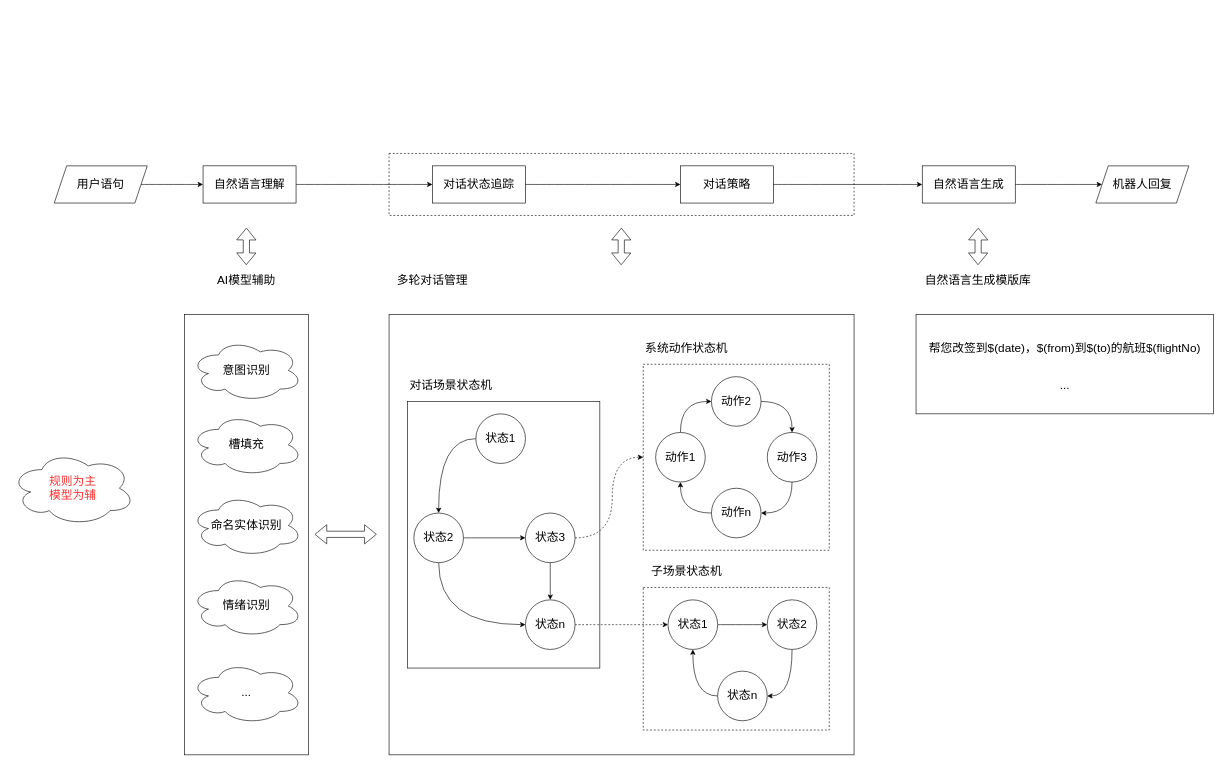
Above: 对话管理算法.drawio in xyhvictor/drawio (draw.io), before the change. Source tidied: cells renumbered, new cells numbered last; positions are measured from the earlier drawing's top-left corner, leaving out a move shared by most shapes. Both pictures are drawn from the tidied source at 62%, with x=0, y=0 at pixel (11, 153).
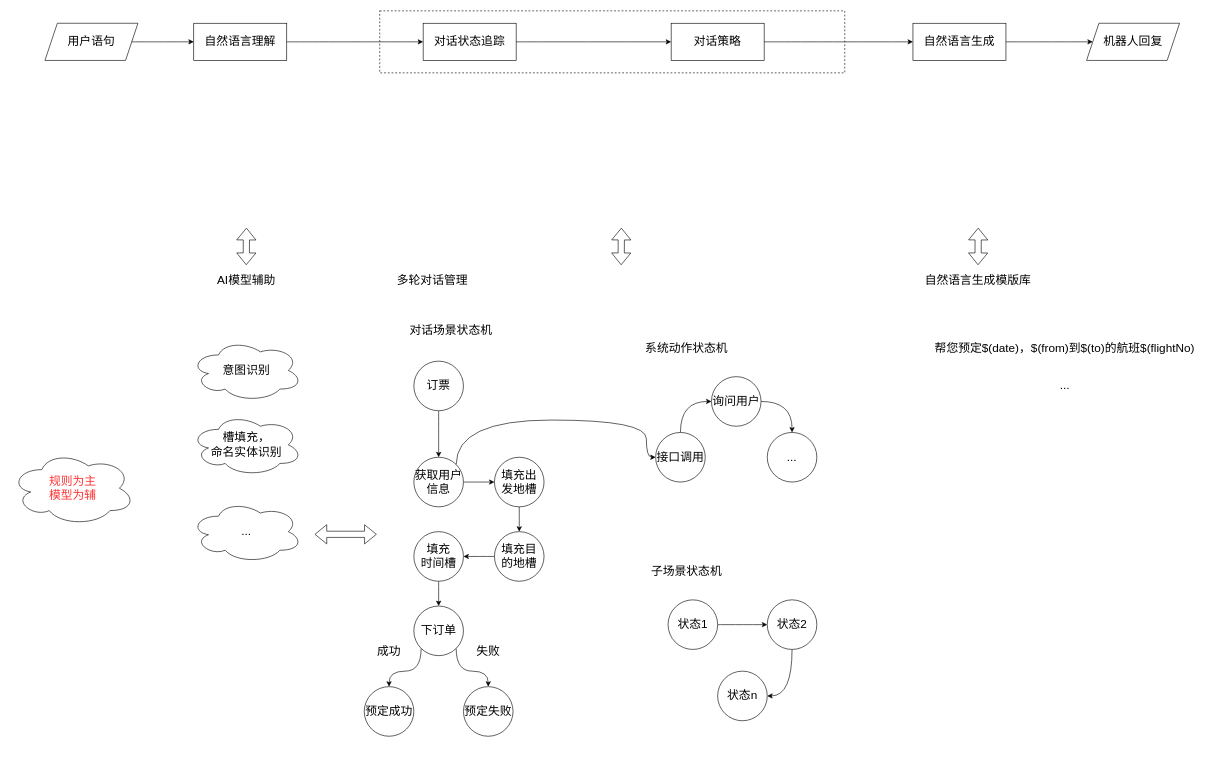
Above is the later version.

Commit message:
更新对话管理算法.drawio

The change refers to these unchanged cells:
```xml
<mxCell id="23" value="&lt;span style=&quot;font-size: 19px&quot;&gt;状态1&lt;/span&gt;" style="ellipse;whiteSpace=wrap;html=1;" parent="1" vertex="1">
  <mxGeometry x="1060" y="720" width="80" height="80" as="geometry" />
</mxCell>
<mxCell id="28" value="&lt;span style=&quot;font-size: 19px&quot;&gt;状态n&lt;/span&gt;" style="ellipse;whiteSpace=wrap;html=1;" parent="1" vertex="1">
  <mxGeometry x="1140" y="835" width="80" height="80" as="geometry" />
</mxCell>
```

Diff of the diagram source:
```diff
@@
-    <mxCell id="2" style="edgeStyle=orthogonalEdgeStyle;rounded=0;jettySize=auto;html=1;exitX=0;exitY=0.5;exitDx=0;exitDy=0;entryX=0.5;entryY=0;entryDx=0;entryDy=0;fontSize=19;curved=1;" parent="1" edge="1" source="3" target="6">
-      <mxGeometry relative="1" as="geometry">
-        <Array as="points">
-          <mxPoint x="690" y="460" />
-        </Array>
-      </mxGeometry>
-    </mxCell>
+    <mxCell id="62" style="edgeStyle=orthogonalEdgeStyle;curved=1;rounded=0;jettySize=auto;html=1;exitX=0.5;exitY=1;exitDx=0;exitDy=0;entryX=0.5;entryY=0;entryDx=0;entryDy=0;fontSize=19;fontColor=#000000;" parent="1" edge="1" source="3" target="73">
+      <mxGeometry relative="1" as="geometry" />
+    </mxCell>
-    <mxCell id="3" value="&lt;font style=&quot;font-size: 19px&quot;&gt;状态1&lt;/font&gt;" style="ellipse;whiteSpace=wrap;html=1;" parent="1" vertex="1">
-      <mxGeometry x="750" y="420" width="80" height="80" as="geometry" />
+    <mxCell id="3" value="&lt;span style=&quot;font-size: 19px&quot;&gt;订票&lt;/span&gt;" style="ellipse;whiteSpace=wrap;html=1;" parent="1" vertex="1">
+      <mxGeometry x="650" y="335" width="80" height="80" as="geometry" />
     </mxCell>
-    <mxCell id="4" style="edgeStyle=orthogonalEdgeStyle;curved=1;rounded=0;jettySize=auto;html=1;exitX=1;exitY=0.5;exitDx=0;exitDy=0;entryX=0;entryY=0.5;entryDx=0;entryDy=0;fontSize=19;" parent="1" edge="1" source="6" target="9">
+    <mxCell id="4" style="edgeStyle=orthogonalEdgeStyle;curved=1;rounded=0;jettySize=auto;html=1;exitX=0.5;exitY=1;exitDx=0;exitDy=0;entryX=0.5;entryY=0;entryDx=0;entryDy=0;fontSize=19;" parent="1" edge="1" source="6" target="9">
       <mxGeometry relative="1" as="geometry" />
     </mxCell>
-    <mxCell id="5" style="edgeStyle=orthogonalEdgeStyle;curved=1;rounded=0;jettySize=auto;html=1;exitX=0.5;exitY=1;exitDx=0;exitDy=0;entryX=0;entryY=0.5;entryDx=0;entryDy=0;fontSize=19;" parent="1" edge="1" source="6" target="11">
-      <mxGeometry relative="1" as="geometry" />
-    </mxCell>
-    <mxCell id="6" value="&lt;font style=&quot;font-size: 19px&quot;&gt;状态2&lt;/font&gt;" style="ellipse;whiteSpace=wrap;html=1;" parent="1" vertex="1">
-      <mxGeometry x="650" y="580" width="80" height="80" as="geometry" />
+    <mxCell id="6" value="&lt;span style=&quot;font-size: 19px&quot;&gt;填充出&lt;br&gt;发地槽&lt;/span&gt;" style="ellipse;whiteSpace=wrap;html=1;" parent="1" vertex="1">
+      <mxGeometry x="780" y="490" width="80" height="80" as="geometry" />
     </mxCell>
-    <mxCell id="7" style="edgeStyle=orthogonalEdgeStyle;curved=1;rounded=0;jettySize=auto;html=1;exitX=0.5;exitY=1;exitDx=0;exitDy=0;entryX=0.5;entryY=0;entryDx=0;entryDy=0;fontSize=19;" parent="1" edge="1" source="9" target="11">
+    <mxCell id="7" style="edgeStyle=orthogonalEdgeStyle;curved=1;rounded=0;jettySize=auto;html=1;exitX=0;exitY=0.5;exitDx=0;exitDy=0;entryX=1;entryY=0.5;entryDx=0;entryDy=0;fontSize=19;" parent="1" edge="1" source="9" target="11">
       <mxGeometry relative="1" as="geometry" />
     </mxCell>
-    <mxCell id="8" style="edgeStyle=orthogonalEdgeStyle;curved=1;rounded=0;jettySize=auto;html=1;exitX=1;exitY=0.5;exitDx=0;exitDy=0;dashed=1;fontSize=19;" parent="1" edge="1" source="9" target="24">
-      <mxGeometry relative="1" as="geometry">
-        <Array as="points">
-          <mxPoint x="970" y="620" />
-          <mxPoint x="970" y="490" />
-        </Array>
-      </mxGeometry>
-    </mxCell>
-    <mxCell id="9" value="&lt;font style=&quot;font-size: 19px&quot;&gt;状态3&lt;/font&gt;" style="ellipse;whiteSpace=wrap;html=1;" parent="1" vertex="1">
-      <mxGeometry x="830" y="580" width="80" height="80" as="geometry" />
+    <mxCell id="9" value="&lt;span style=&quot;font-size: 19px&quot;&gt;填充目&lt;br&gt;的地槽&lt;/span&gt;" style="ellipse;whiteSpace=wrap;html=1;" parent="1" vertex="1">
+      <mxGeometry x="780" y="610" width="80" height="80" as="geometry" />
     </mxCell>
-    <mxCell id="10" style="edgeStyle=orthogonalEdgeStyle;curved=1;rounded=0;jettySize=auto;html=1;exitX=1;exitY=0.5;exitDx=0;exitDy=0;entryX=0;entryY=0.5;entryDx=0;entryDy=0;fontSize=19;dashed=1;" parent="1" edge="1" source="11" target="23">
-      <mxGeometry relative="1" as="geometry" />
-    </mxCell>
+    <mxCell id="63" style="edgeStyle=orthogonalEdgeStyle;curved=1;rounded=0;jettySize=auto;html=1;exitX=0.5;exitY=1;exitDx=0;exitDy=0;entryX=0.5;entryY=0;entryDx=0;entryDy=0;fontSize=19;fontColor=#000000;" parent="1" edge="1" source="11" target="66">
+      <mxGeometry relative="1" as="geometry" />
+    </mxCell>
-    <mxCell id="11" value="&lt;font style=&quot;font-size: 19px&quot;&gt;状态n&lt;/font&gt;" style="ellipse;whiteSpace=wrap;html=1;" parent="1" vertex="1">
-      <mxGeometry x="830" y="720" width="80" height="80" as="geometry" />
+    <mxCell id="11" value="&lt;span style=&quot;font-size: 19px&quot;&gt;填充&lt;br&gt;时间槽&lt;/span&gt;" style="ellipse;whiteSpace=wrap;html=1;" parent="1" vertex="1">
+      <mxGeometry x="650" y="610" width="80" height="80" as="geometry" />
     </mxCell>
@@
-    <mxCell id="13" value="&lt;font style=&quot;font-size: 19px&quot;&gt;动作1&lt;/font&gt;" style="ellipse;whiteSpace=wrap;html=1;" parent="1" vertex="1">
+    <mxCell id="13" value="&lt;span style=&quot;font-size: 19px&quot;&gt;接口调用&lt;/span&gt;" style="ellipse;whiteSpace=wrap;html=1;" parent="1" vertex="1">
       <mxGeometry x="1040" y="450" width="80" height="80" as="geometry" />
     </mxCell>
-    <mxCell id="14" style="edgeStyle=orthogonalEdgeStyle;curved=1;rounded=0;jettySize=auto;html=1;exitX=0.5;exitY=1;exitDx=0;exitDy=0;entryX=1;entryY=0.5;entryDx=0;entryDy=0;fontSize=19;" parent="1" edge="1" source="15" target="17">
-      <mxGeometry relative="1" as="geometry" />
-    </mxCell>
-    <mxCell id="15" value="&lt;font style=&quot;font-size: 19px&quot;&gt;动作3&lt;/font&gt;" style="ellipse;whiteSpace=wrap;html=1;" parent="1" vertex="1">
+    <mxCell id="15" value="&lt;font style=&quot;font-size: 19px&quot;&gt;...&lt;/font&gt;" style="ellipse;whiteSpace=wrap;html=1;" parent="1" vertex="1">
       <mxGeometry x="1220" y="450" width="80" height="80" as="geometry" />
     </mxCell>
-    <mxCell id="16" style="edgeStyle=orthogonalEdgeStyle;curved=1;rounded=0;jettySize=auto;html=1;exitX=0;exitY=0.5;exitDx=0;exitDy=0;fontSize=19;" parent="1" edge="1" source="17" target="13">
-      <mxGeometry relative="1" as="geometry" />
-    </mxCell>
-    <mxCell id="17" value="&lt;font style=&quot;font-size: 19px&quot;&gt;动作n&lt;/font&gt;" style="ellipse;whiteSpace=wrap;html=1;" parent="1" vertex="1">
-      <mxGeometry x="1130" y="540" width="80" height="80" as="geometry" />
-    </mxCell>
@@
-    <mxCell id="19" value="&lt;font style=&quot;font-size: 19px&quot;&gt;动作2&lt;/font&gt;" style="ellipse;whiteSpace=wrap;html=1;" parent="1" vertex="1">
+    <mxCell id="19" value="&lt;span style=&quot;font-size: 19px&quot;&gt;询问用户&lt;/span&gt;" style="ellipse;whiteSpace=wrap;html=1;" parent="1" vertex="1">
       <mxGeometry x="1130" y="360" width="80" height="80" as="geometry" />
     </mxCell>
@@
     <mxCell id="21" value="对话场景状态机" style="text;html=1;strokeColor=none;fillColor=none;align=center;verticalAlign=middle;whiteSpace=wrap;rounded=0;dashed=1;fontSize=19;" parent="1" vertex="1">
-      <mxGeometry x="640" y="360" width="140" height="30" as="geometry" />
+      <mxGeometry x="640" y="270" width="140" height="30" as="geometry" />
     </mxCell>
@@
-    <mxCell id="24" style="rounded=0;whiteSpace=wrap;html=1;fontSize=19;fillColor=none;dashed=1;" parent="1" vertex="1">
-      <mxGeometry x="1020" y="340" width="300" height="300" as="geometry" />
-    </mxCell>
@@
-    <mxCell id="27" style="edgeStyle=orthogonalEdgeStyle;curved=1;rounded=0;jettySize=auto;html=1;exitX=0;exitY=0.5;exitDx=0;exitDy=0;entryX=0.5;entryY=1;entryDx=0;entryDy=0;fontSize=19;" parent="1" edge="1" source="28" target="23">
-      <mxGeometry relative="1" as="geometry" />
-    </mxCell>
@@
-    <mxCell id="29" style="rounded=0;whiteSpace=wrap;html=1;fontSize=19;fillColor=none;dashed=1;" parent="1" vertex="1">
-      <mxGeometry x="1020" y="700" width="300" height="230" as="geometry" />
-    </mxCell>
-    <mxCell id="30" style="rounded=0;whiteSpace=wrap;html=1;fontSize=19;fillColor=none;" parent="1" vertex="1">
-      <mxGeometry x="640" y="400" width="310" height="430" as="geometry" />
-    </mxCell>
@@
-    <mxCell id="33" value="槽填充" style="ellipse;shape=cloud;whiteSpace=wrap;html=1;fontSize=19;fillColor=none;" parent="1" vertex="1">
+    <mxCell id="33" value="槽填充，&lt;br&gt;命名实体识别" style="ellipse;shape=cloud;whiteSpace=wrap;html=1;fontSize=19;fillColor=none;" parent="1" vertex="1">
       <mxGeometry x="290" y="420" width="180" height="100" as="geometry" />
     </mxCell>
-    <mxCell id="34" value="命名实体识别" style="ellipse;shape=cloud;whiteSpace=wrap;html=1;fontSize=19;fillColor=none;" parent="1" vertex="1">
-      <mxGeometry x="290" y="550" width="180" height="100" as="geometry" />
-    </mxCell>
-    <mxCell id="35" value="情绪识别" style="ellipse;shape=cloud;whiteSpace=wrap;html=1;fontSize=19;fillColor=none;" parent="1" vertex="1">
-      <mxGeometry x="290" y="680" width="180" height="100" as="geometry" />
-    </mxCell>
     <mxCell id="36" value="..." style="ellipse;shape=cloud;whiteSpace=wrap;html=1;fontSize=19;fillColor=none;" parent="1" vertex="1">
-      <mxGeometry x="290" y="820" width="180" height="100" as="geometry" />
+      <mxGeometry x="290" y="560" width="180" height="100" as="geometry" />
     </mxCell>
@@
-    <mxCell id="40" style="rounded=0;whiteSpace=wrap;html=1;fontSize=19;fillColor=none;" parent="1" vertex="1">
-      <mxGeometry x="280" y="260" width="200" height="710" as="geometry" />
-    </mxCell>
@@
-    <mxCell id="42" style="rounded=0;whiteSpace=wrap;html=1;fontSize=19;fillColor=none;" parent="1" vertex="1">
-      <mxGeometry x="610" y="260" width="750" height="710" as="geometry" />
-    </mxCell>
@@
     <mxCell id="44" value="&lt;font color=&quot;#000000&quot;&gt;用户语句&lt;/font&gt;" style="shape=parallelogram;perimeter=parallelogramPerimeter;whiteSpace=wrap;html=1;fixedSize=1;fontSize=19;fontColor=#FF3333;fillColor=none;" parent="1" vertex="1">
-      <mxGeometry x="70" y="20" width="150" height="60" as="geometry" />
+      <mxGeometry x="55" y="-210" width="150" height="60" as="geometry" />
     </mxCell>
@@
     <mxCell id="46" value="自然语言理解" style="rounded=0;whiteSpace=wrap;html=1;fontSize=19;fontColor=#000000;fillColor=none;" parent="1" vertex="1">
-      <mxGeometry x="310" y="20" width="150" height="60" as="geometry" />
+      <mxGeometry x="295" y="-210" width="150" height="60" as="geometry" />
     </mxCell>
@@
     <mxCell id="48" value="对话状态追踪" style="rounded=0;whiteSpace=wrap;html=1;fontSize=19;fontColor=#000000;fillColor=none;" parent="1" vertex="1">
-      <mxGeometry x="680" y="20" width="150" height="60" as="geometry" />
+      <mxGeometry x="665" y="-210" width="150" height="60" as="geometry" />
     </mxCell>
@@
     <mxCell id="50" value="对话策略" style="rounded=0;whiteSpace=wrap;html=1;fontSize=19;fontColor=#000000;fillColor=none;" parent="1" vertex="1">
-      <mxGeometry x="1080" y="20" width="150" height="60" as="geometry" />
+      <mxGeometry x="1065" y="-210" width="150" height="60" as="geometry" />
     </mxCell>
@@
     <mxCell id="52" value="自然语言生成" style="rounded=0;whiteSpace=wrap;html=1;fontSize=19;fontColor=#000000;fillColor=none;" parent="1" vertex="1">
-      <mxGeometry x="1470" y="20" width="150" height="60" as="geometry" />
+      <mxGeometry x="1455" y="-210" width="150" height="60" as="geometry" />
     </mxCell>
     <mxCell id="53" value="&lt;font color=&quot;#000000&quot;&gt;&lt;span&gt;机器人回复&lt;/span&gt;&lt;/font&gt;" style="shape=parallelogram;perimeter=parallelogramPerimeter;whiteSpace=wrap;html=1;fixedSize=1;fontSize=19;fontColor=#FF3333;fillColor=none;" parent="1" vertex="1">
-      <mxGeometry x="1750" y="20" width="150" height="60" as="geometry" />
+      <mxGeometry x="1735" y="-210" width="150" height="60" as="geometry" />
     </mxCell>
@@
     <mxCell id="55" style="rounded=0;whiteSpace=wrap;html=1;fontSize=19;fontColor=#000000;fillColor=none;dashed=1;" parent="1" vertex="1">
-      <mxGeometry x="610" width="750" height="100" as="geometry" />
+      <mxGeometry x="595" y="-230" width="750" height="100" as="geometry" />
     </mxCell>
@@
-    <mxCell id="57" value="帮您改签到$(date)，$(from)到$(to)的航班$(flightNo)" style="text;html=1;strokeColor=none;fillColor=none;align=center;verticalAlign=middle;whiteSpace=wrap;rounded=0;dashed=1;fontSize=19;fontColor=#000000;" parent="1" vertex="1">
+    <mxCell id="57" value="帮您预定$(date)，$(from)到$(to)的航班$(flightNo)" style="text;html=1;strokeColor=none;fillColor=none;align=center;verticalAlign=middle;whiteSpace=wrap;rounded=0;dashed=1;fontSize=19;fontColor=#000000;" parent="1" vertex="1">
       <mxGeometry x="1470" y="300" width="460" height="30" as="geometry" />
     </mxCell>
@@
-    <mxCell id="59" style="rounded=0;whiteSpace=wrap;html=1;fontSize=19;fillColor=none;" parent="1" vertex="1">
-      <mxGeometry x="1460" y="260" width="480" height="160" as="geometry" />
-    </mxCell>
@@
+    <mxCell id="64" style="edgeStyle=orthogonalEdgeStyle;curved=1;rounded=0;jettySize=auto;html=1;exitX=0;exitY=1;exitDx=0;exitDy=0;entryX=0.5;entryY=0;entryDx=0;entryDy=0;fontSize=19;fontColor=#000000;" parent="1" edge="1" source="66" target="67">
+      <mxGeometry relative="1" as="geometry" />
+    </mxCell>
+    <mxCell id="65" style="edgeStyle=orthogonalEdgeStyle;curved=1;rounded=0;jettySize=auto;html=1;exitX=1;exitY=1;exitDx=0;exitDy=0;entryX=0.5;entryY=0;entryDx=0;entryDy=0;fontSize=19;fontColor=#000000;" parent="1" edge="1" source="66" target="68">
+      <mxGeometry relative="1" as="geometry" />
+    </mxCell>
+    <mxCell id="66" value="&lt;span style=&quot;font-size: 19px&quot;&gt;下订单&lt;/span&gt;" style="ellipse;whiteSpace=wrap;html=1;" parent="1" vertex="1">
+      <mxGeometry x="650" y="730" width="80" height="80" as="geometry" />
+    </mxCell>
+    <mxCell id="67" value="&lt;span style=&quot;font-size: 19px&quot;&gt;预定成功&lt;/span&gt;" style="ellipse;whiteSpace=wrap;html=1;" parent="1" vertex="1">
+      <mxGeometry x="570" y="860" width="80" height="80" as="geometry" />
+    </mxCell>
+    <mxCell id="68" value="&lt;span style=&quot;font-size: 19px&quot;&gt;预定失败&lt;/span&gt;" style="ellipse;whiteSpace=wrap;html=1;" parent="1" vertex="1">
+      <mxGeometry x="730" y="860" width="80" height="80" as="geometry" />
+    </mxCell>
+    <mxCell id="69" value="成功" style="text;html=1;strokeColor=none;fillColor=none;align=center;verticalAlign=middle;whiteSpace=wrap;rounded=0;dashed=1;fontSize=19;fontColor=#000000;" parent="1" vertex="1">
+      <mxGeometry x="580" y="789" width="60" height="30" as="geometry" />
+    </mxCell>
+    <mxCell id="70" value="失败" style="text;html=1;strokeColor=none;fillColor=none;align=center;verticalAlign=middle;whiteSpace=wrap;rounded=0;dashed=1;fontSize=19;fontColor=#000000;" parent="1" vertex="1">
+      <mxGeometry x="740" y="789" width="60" height="30" as="geometry" />
+    </mxCell>
+    <mxCell id="71" style="edgeStyle=orthogonalEdgeStyle;curved=1;rounded=0;jettySize=auto;html=1;exitX=1;exitY=0.5;exitDx=0;exitDy=0;entryX=0;entryY=0.5;entryDx=0;entryDy=0;fontSize=19;fontColor=#000000;" parent="1" edge="1" source="73" target="6">
+      <mxGeometry relative="1" as="geometry" />
+    </mxCell>
+    <mxCell id="72" style="edgeStyle=orthogonalEdgeStyle;curved=1;rounded=0;jettySize=auto;html=1;exitX=1;exitY=0;exitDx=0;exitDy=0;entryX=0;entryY=0.5;entryDx=0;entryDy=0;fontSize=19;fontColor=#000000;" parent="1" edge="1" source="73" target="13">
+      <mxGeometry relative="1" as="geometry">
+        <Array as="points">
+          <mxPoint x="718" y="430" />
+          <mxPoint x="1025" y="430" />
+          <mxPoint x="1025" y="490" />
+        </Array>
+      </mxGeometry>
+    </mxCell>
+    <mxCell id="73" value="&lt;span style=&quot;font-size: 19px&quot;&gt;获取用户信息&lt;/span&gt;" style="ellipse;whiteSpace=wrap;html=1;" parent="1" vertex="1">
+      <mxGeometry x="650" y="490" width="80" height="80" as="geometry" />
+    </mxCell>
```
